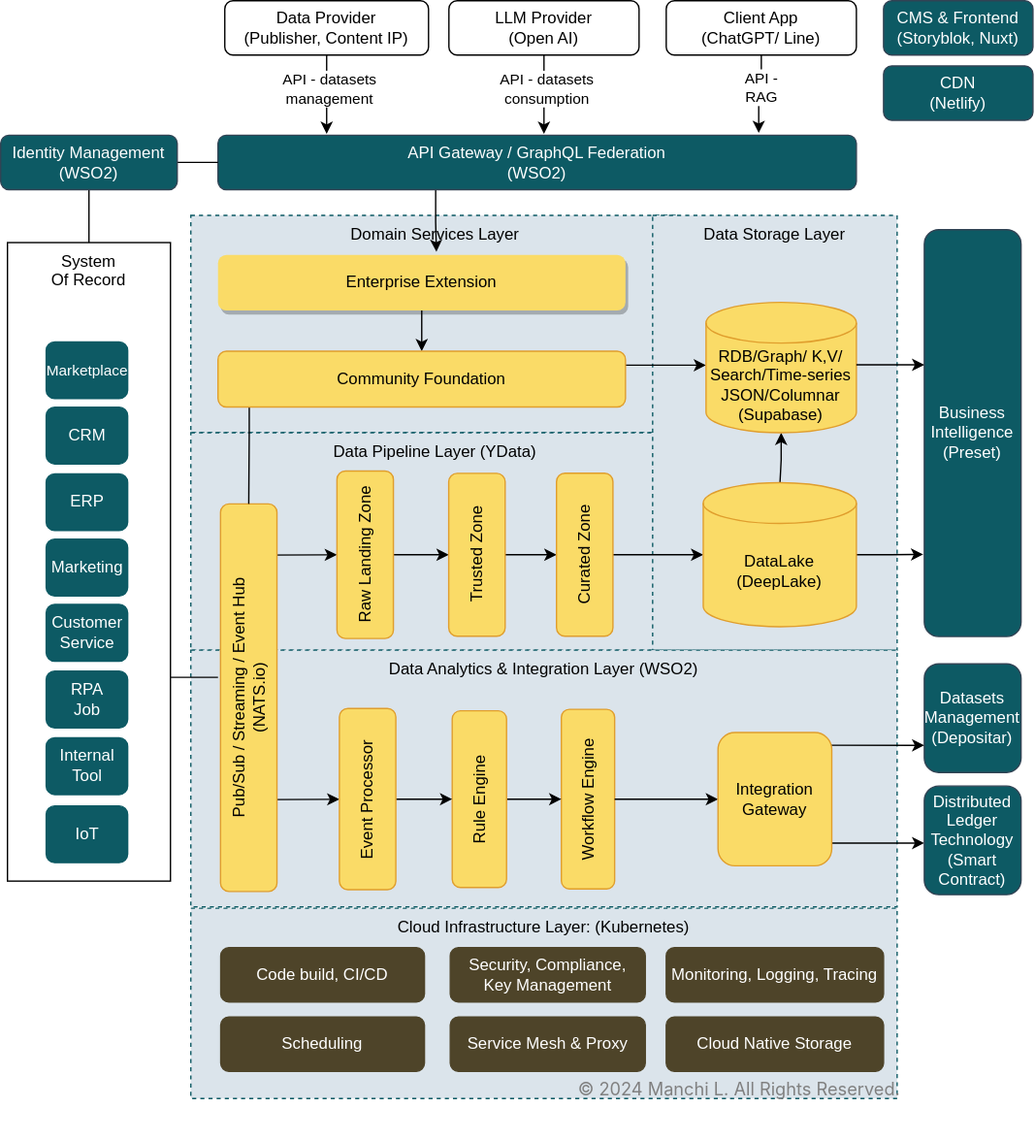
Earlier version of the draw.io export antora/docs/modules/ROOT/images/architecture.drawio.svg (man-chi/foundation). Source tidied: cells renumbered, new cells last; positions are measured from the earlier drawing's top-left corner, leaving out a move shared by most shapes.
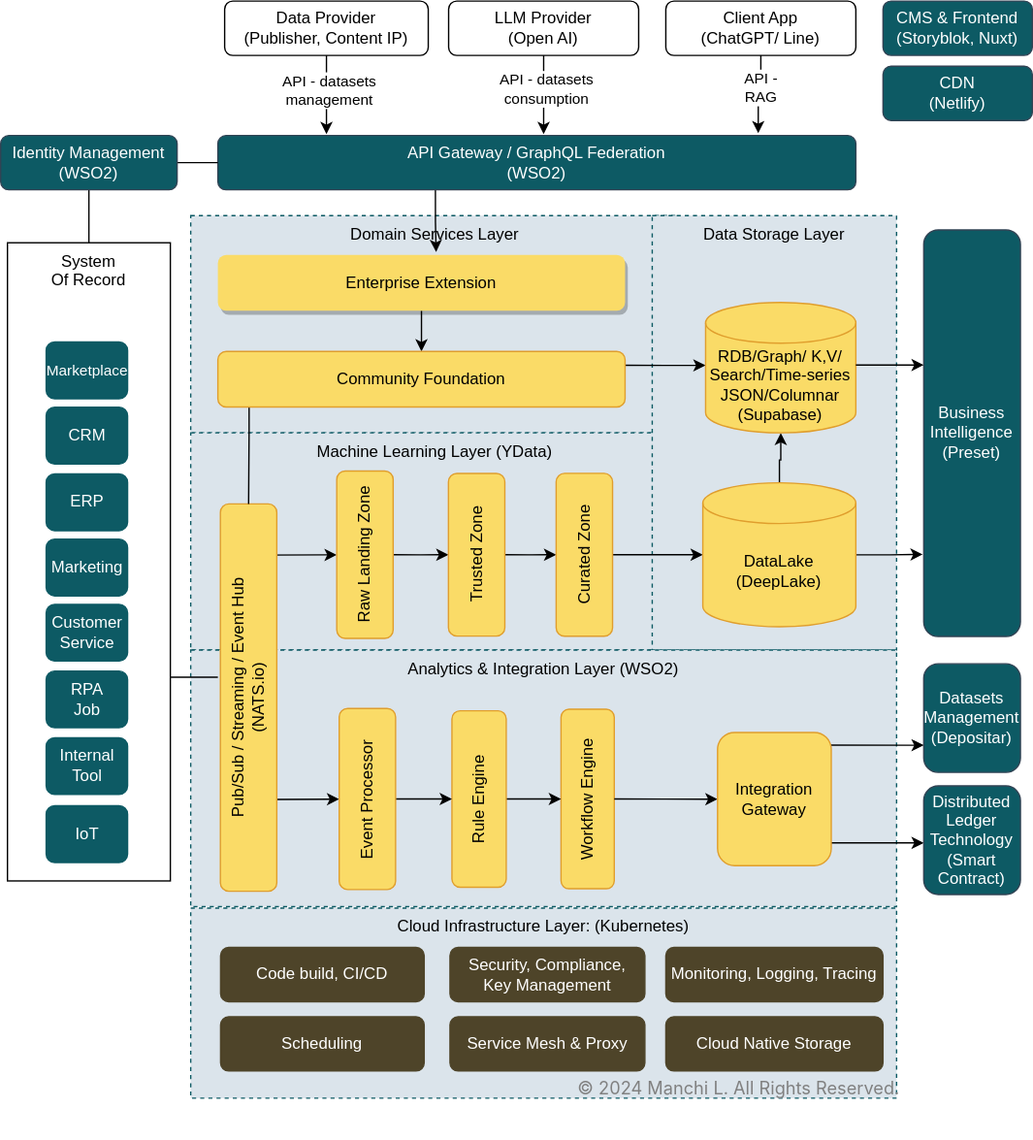
Later version of the same file.

Commit message:
Update architecture diagram and documentation

What changed in the source:
```diff
@@ -14,13 +14,13 @@
     <mxCell id="5" value="Domain Services Layer" style="rounded=0;whiteSpace=wrap;html=1;align=center;verticalAlign=top;strokeColor=#0D5A64;fillColor=#DBE4EB;dashed=1;" parent="1" vertex="1">
       <mxGeometry x="140" y="158" width="360" height="160" as="geometry" />
     </mxCell>
-    <mxCell id="6" value="Data Pipeline Layer (YData)" style="rounded=0;whiteSpace=wrap;html=1;align=center;verticalAlign=top;strokeColor=#0D5A64;fillColor=#DBE4EB;dashed=1;" parent="1" vertex="1">
+    <mxCell id="6" value="Machine Learning Layer (YData)" style="rounded=0;whiteSpace=wrap;html=1;align=center;verticalAlign=top;strokeColor=#0D5A64;fillColor=#DBE4EB;dashed=1;" parent="1" vertex="1">
       <mxGeometry x="140" y="318" width="360" height="160" as="geometry" />
     </mxCell>
     <mxCell id="7" value="Data Storage Layer" style="rounded=0;whiteSpace=wrap;html=1;align=center;verticalAlign=top;strokeColor=#0D5A64;fillColor=#DBE4EB;dashed=1;" parent="1" vertex="1">
       <mxGeometry x="480" y="158" width="180" height="320" as="geometry" />
     </mxCell>
-    <mxCell id="8" value="Data Analytics &amp;amp; Integration Layer (WSO2)" style="rounded=0;whiteSpace=wrap;html=1;align=center;verticalAlign=top;strokeColor=#0D5A64;fillColor=#DBE4EB;dashed=1;" parent="1" vertex="1">
+    <mxCell id="8" value="Analytics &amp;amp; Integration Layer (WSO2)" style="rounded=0;whiteSpace=wrap;html=1;align=center;verticalAlign=top;strokeColor=#0D5A64;fillColor=#DBE4EB;dashed=1;" parent="1" vertex="1">
       <mxGeometry x="140" y="478" width="520" height="189" as="geometry" />
     </mxCell>
     <mxCell id="9" style="edgeStyle=orthogonalEdgeStyle;rounded=0;jettySize=auto;html=1;fontColor=#000099;startArrow=none;startFill=0;endArrow=none;endFill=0;entryX=0.5;entryY=0;entryDx=0;entryDy=0;" parent="1" edge="1" source="41" target="12">
```
